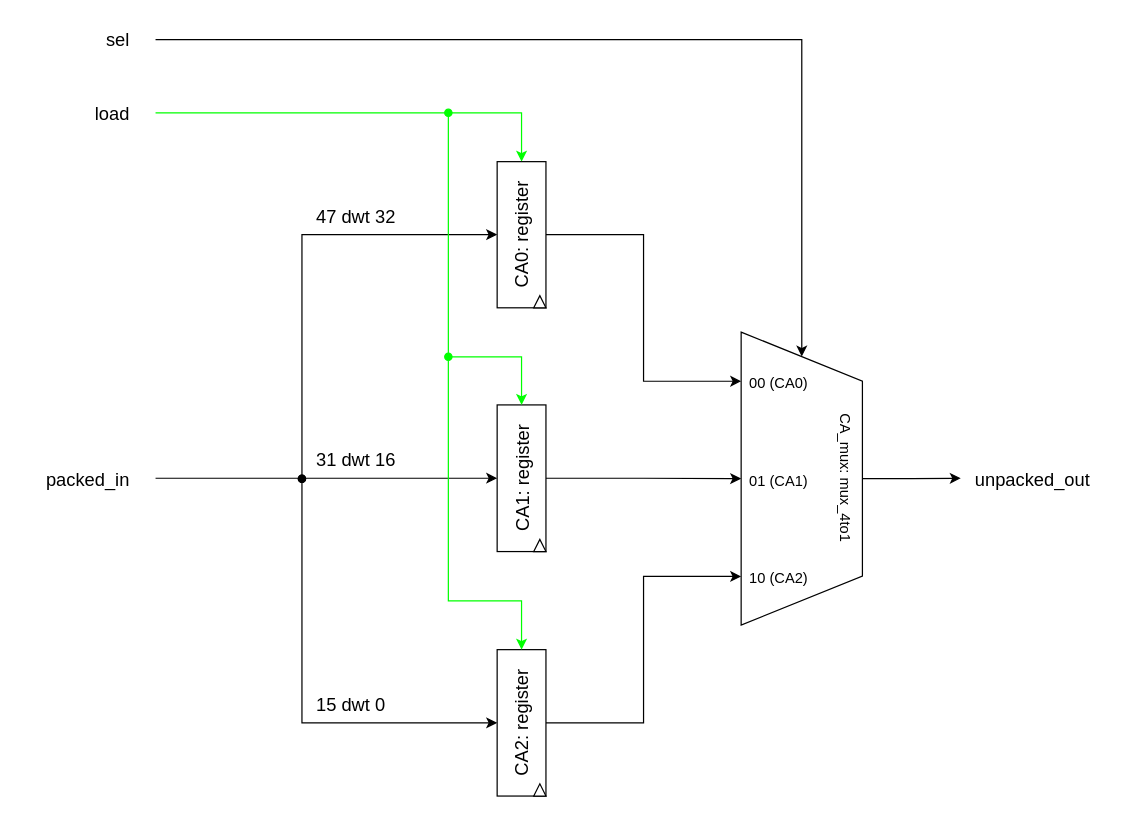
The draw.io diagram page "unpacker_48" (8 of 12) of hyperram_system/ip/avs_to_hram_converter/schematics/avs_to_hram_converter.drawio in AndreaBononi/Intel_Cyclone10LP_systems, before the edit. Source tidied: cells renumbered, new cells numbered last; positions are measured from the earlier drawing's top-left corner, leaving out a move shared by most shapes. Both pictures are drawn from the tidied source at 122%, with x=0, y=0 at pixel (21, 21).
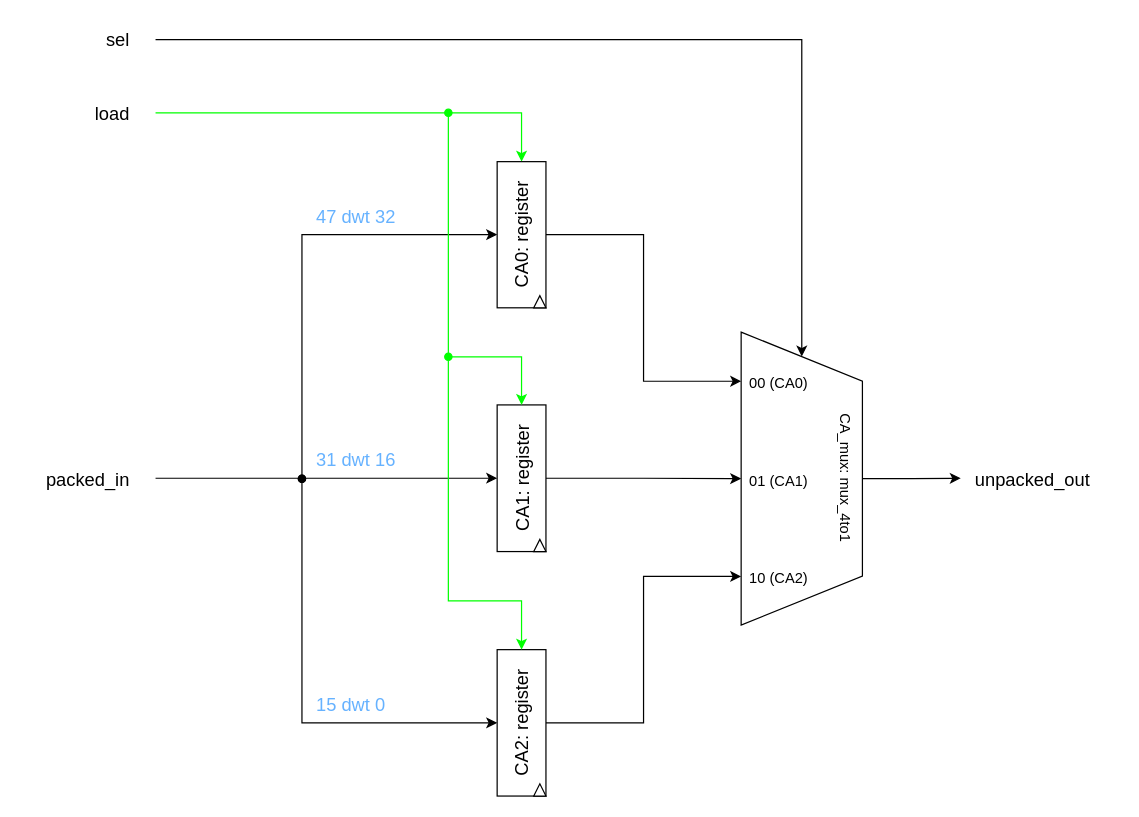
Above is the later version.

Change to the diagram source:
```diff
@@
-    <mxCell id="4" value="15 dwt 0" style="text;html=1;align=left;verticalAlign=middle;strokeColor=none;fillColor=none;fontSize=15;" parent="1" vertex="1">
+    <mxCell id="4" value="15 dwt 0" style="text;html=1;align=left;verticalAlign=middle;strokeColor=none;fillColor=none;fontSize=15;fontColor=#66B2FF;" parent="1" vertex="1">
       <mxGeometry x="240" y="545" width="80" height="30" as="geometry" />
     </mxCell>
-    <mxCell id="5" value="31 dwt 16" style="text;html=1;align=left;verticalAlign=middle;strokeColor=none;fillColor=none;fontSize=15;" parent="1" vertex="1">
+    <mxCell id="5" value="31 dwt 16" style="text;html=1;align=left;verticalAlign=middle;strokeColor=none;fillColor=none;fontSize=15;fontColor=#66B2FF;" parent="1" vertex="1">
       <mxGeometry x="240" y="344.4" width="90" height="30" as="geometry" />
     </mxCell>
-    <mxCell id="6" value="47 dwt 32" style="text;html=1;align=left;verticalAlign=middle;strokeColor=none;fillColor=none;fontSize=15;" parent="1" vertex="1">
+    <mxCell id="6" value="47 dwt 32" style="text;html=1;align=left;verticalAlign=middle;strokeColor=none;fillColor=none;fontSize=15;fontColor=#66B2FF;" parent="1" vertex="1">
       <mxGeometry x="240" y="144.8" width="90" height="30" as="geometry" />
     </mxCell>
```
